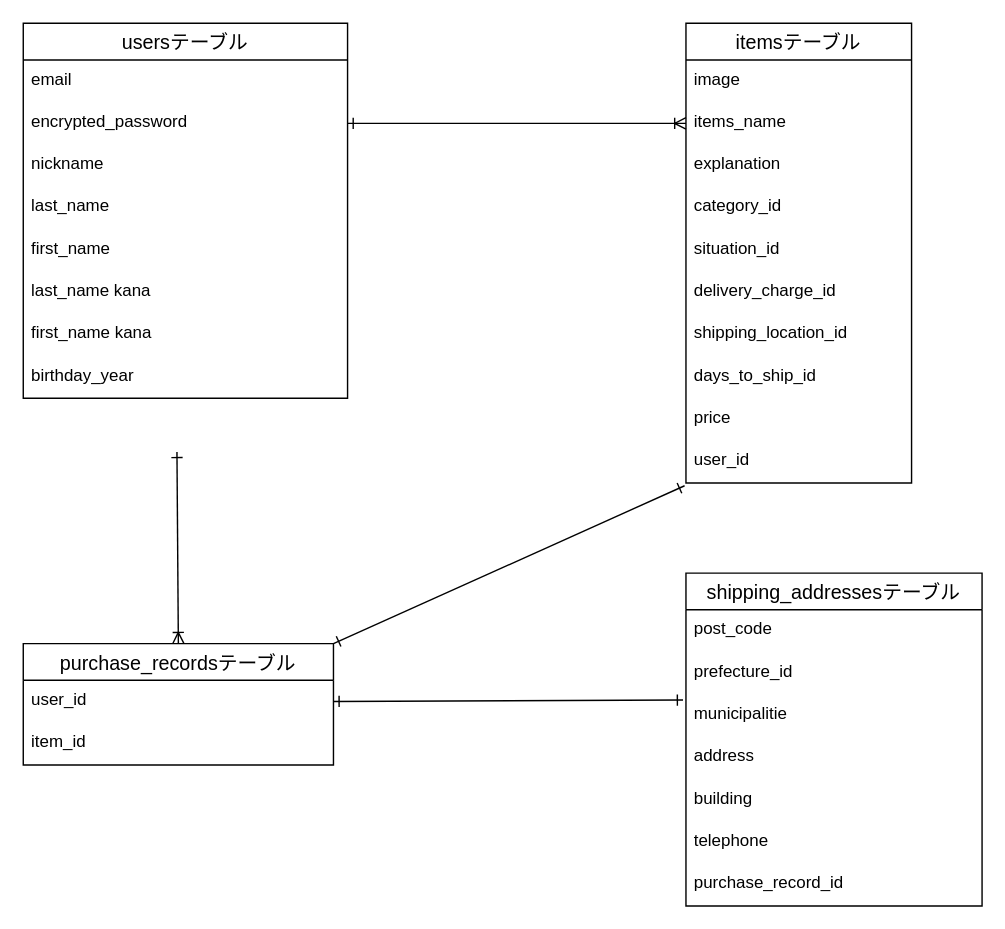
This is date_base.dio from oshikubo1201/furima-38323, a draw.io file, before an edit. Source tidied: cells renumbered, new cells numbered last; positions are measured from the earlier drawing's top-left corner, leaving out a move shared by most shapes. Both pictures are drawn from the tidied source at 141%, with x=0, y=0 at pixel (23, 23).
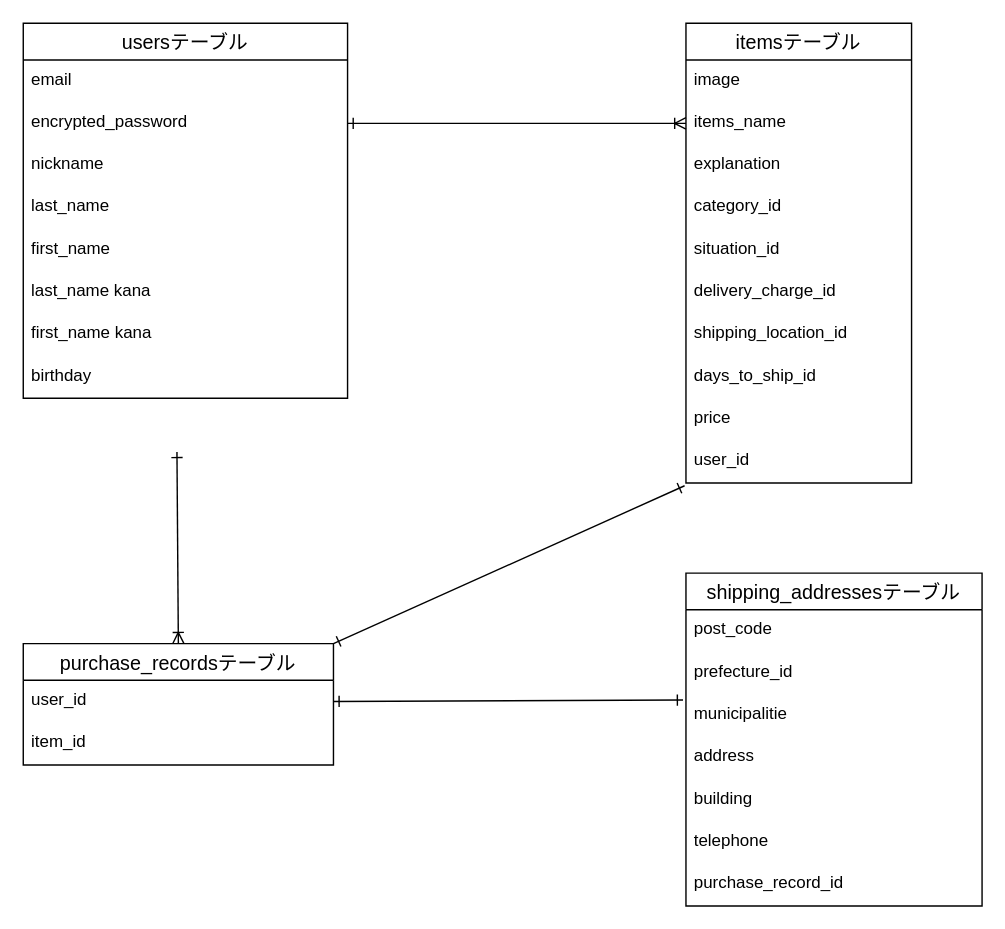
The same diagram, later.

Commit message (it also covers changes not shown here):
データベース設計　修正２

The change refers to these unchanged cells:
```xml
<mxCell id="2" value="usersテーブル" style="swimlane;fontStyle=0;horizontal=1;startSize=26;align=center;fontSize=14;" parent="1" vertex="1">
  <mxGeometry width="230" height="266" as="geometry" />
</mxCell>
```

Diff of the diagram source:
```diff
@@
-    <mxCell id="10" value="birthday_year" style="text;strokeColor=none;fillColor=none;spacingLeft=4;spacingRight=4;overflow=hidden;fontSize=12;" parent="2" vertex="1">
+    <mxCell id="10" value="birthday" style="text;strokeColor=none;fillColor=none;spacingLeft=4;spacingRight=4;overflow=hidden;fontSize=12;" parent="2" vertex="1">
       <mxGeometry y="236" width="230" height="30" as="geometry" />
     </mxCell>
```
